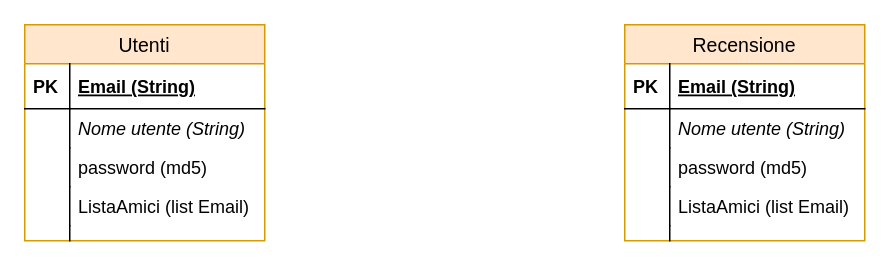
Solocesar/Progetto-LTW keeps this draw.io diagram as page "Tabelle" (1 of 2) of Schemi Relazionali.drawio. Above is the earlier version. Source tidied: cells renumbered, new cells numbered last; positions are measured from the earlier drawing's top-left corner, leaving out a move shared by most shapes. Both pictures are drawn from the tidied source at 150%, with x=0, y=0 at pixel (24, 24).
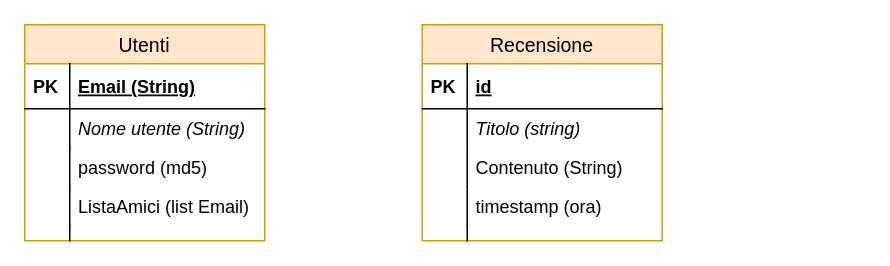
After the change.

Diff of the diagram source:
```diff
@@
     <mxCell id="13" value="Recensione" style="swimlane;fontStyle=0;horizontal=1;startSize=26;fillColor=#ffe6cc;swimlaneFillColor=#ffffff;align=center;strokeWidth=1;fontSize=13;strokeColor=#d79b00;" parent="1" vertex="1">
-      <mxGeometry x="400" width="160" height="144" as="geometry" />
+      <mxGeometry x="265" width="160" height="144" as="geometry" />
     </mxCell>
-    <mxCell id="14" value="Email (String)" style="shape=partialRectangle;top=0;left=0;right=0;bottom=1;align=left;verticalAlign=middle;fillColor=none;spacingLeft=34;spacingRight=4;overflow=hidden;fontStyle=5;" parent="13" vertex="1">
+    <mxCell id="14" value="id" style="shape=partialRectangle;top=0;left=0;right=0;bottom=1;align=left;verticalAlign=middle;fillColor=none;spacingLeft=34;spacingRight=4;overflow=hidden;fontStyle=5;" parent="13" vertex="1">
       <mxGeometry y="26" width="160" height="30" as="geometry" />
     </mxCell>
@@
-    <mxCell id="16" value="Nome utente (String)" style="shape=partialRectangle;top=0;left=0;right=0;bottom=0;align=left;verticalAlign=top;fillColor=none;spacingLeft=34;spacingRight=4;overflow=hidden;fontStyle=2;" parent="13" vertex="1">
+    <mxCell id="16" value="Titolo (string)" style="shape=partialRectangle;top=0;left=0;right=0;bottom=0;align=left;verticalAlign=top;fillColor=none;spacingLeft=34;spacingRight=4;overflow=hidden;fontStyle=2;" parent="13" vertex="1">
       <mxGeometry y="56" width="160" height="26" as="geometry" />
     </mxCell>
@@
-    <mxCell id="18" value="password (md5)" style="shape=partialRectangle;top=0;left=0;right=0;bottom=0;align=left;verticalAlign=top;fillColor=none;spacingLeft=34;spacingRight=4;overflow=hidden;" parent="13" vertex="1">
+    <mxCell id="18" value="Contenuto (String)" style="shape=partialRectangle;top=0;left=0;right=0;bottom=0;align=left;verticalAlign=top;fillColor=none;spacingLeft=34;spacingRight=4;overflow=hidden;" parent="13" vertex="1">
       <mxGeometry y="82" width="160" height="26" as="geometry" />
     </mxCell>
@@
-    <mxCell id="20" value="ListaAmici (list Email)" style="shape=partialRectangle;top=0;left=0;right=0;bottom=0;align=left;verticalAlign=top;fillColor=none;spacingLeft=34;spacingRight=4;overflow=hidden;" parent="13" vertex="1">
+    <mxCell id="20" value="timestamp (ora)" style="shape=partialRectangle;top=0;left=0;right=0;bottom=0;align=left;verticalAlign=top;fillColor=none;spacingLeft=34;spacingRight=4;overflow=hidden;" parent="13" vertex="1">
       <mxGeometry y="108" width="160" height="26" as="geometry" />
     </mxCell>
```
